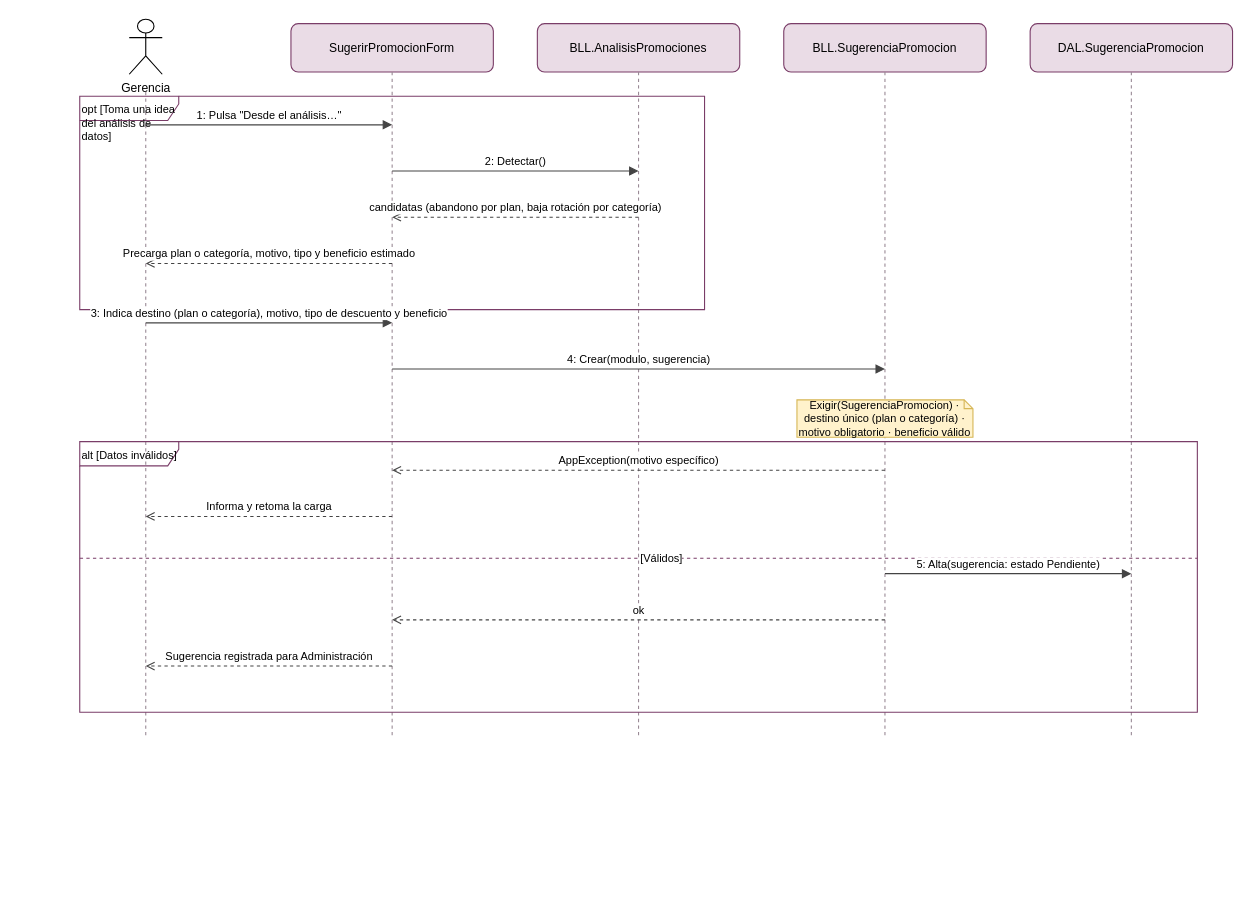
Earlier version of the draw.io diagram docs/diagramas/drawio/DSS_PN03_CU01_GER_SugerirPromocion.drawio (valentinamorana/Trabajo-de-Diploma). Source tidied: cells renumbered, new cells numbered last; positions are measured from the earlier drawing's top-left corner, leaving out a move shared by most shapes. Both pictures are drawn from the tidied source at 110%, with x=0, y=0 at pixel (79, 19).
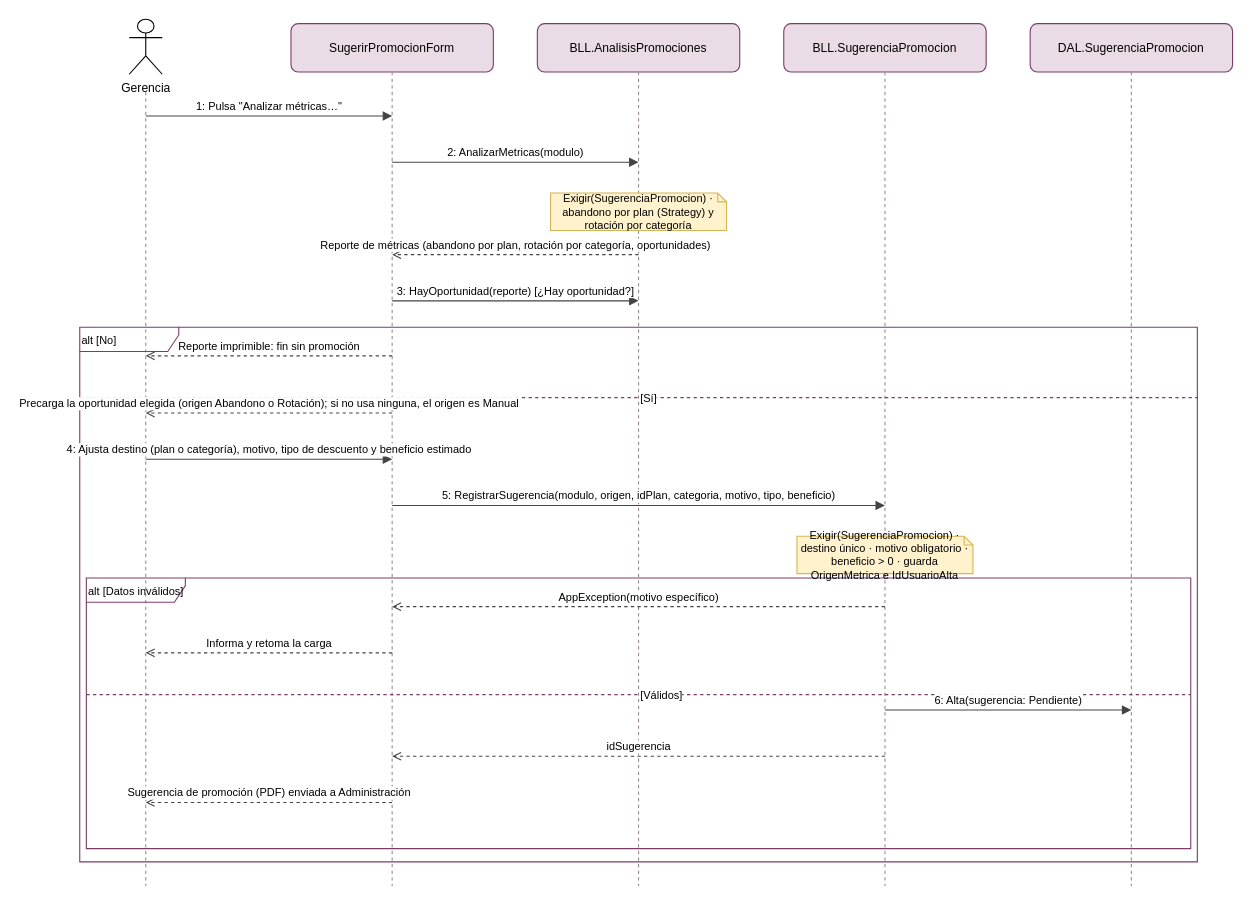
The same diagram, later.

What changed in the source:
```diff
@@
     <mxCell id="3" style="endArrow=none;dashed=1;html=1;strokeColor=#9a8a96;" parent="1" edge="1">
       <mxGeometry relative="1" as="geometry">
         <mxPoint x="60" y="66" as="sourcePoint" />
-        <mxPoint x="60" y="652" as="targetPoint" />
+        <mxPoint x="60" y="788" as="targetPoint" />
       </mxGeometry>
     </mxCell>
@@
     <mxCell id="5" style="endArrow=none;dashed=1;html=1;strokeColor=#9a8a96;" parent="1" edge="1">
       <mxGeometry relative="1" as="geometry">
         <mxPoint x="284" y="48" as="sourcePoint" />
-        <mxPoint x="284" y="652" as="targetPoint" />
+        <mxPoint x="284" y="788" as="targetPoint" />
       </mxGeometry>
     </mxCell>
@@
     <mxCell id="7" style="endArrow=none;dashed=1;html=1;strokeColor=#9a8a96;" parent="1" edge="1">
       <mxGeometry relative="1" as="geometry">
         <mxPoint x="508" y="48" as="sourcePoint" />
-        <mxPoint x="508" y="652" as="targetPoint" />
+        <mxPoint x="508" y="788" as="targetPoint" />
       </mxGeometry>
     </mxCell>
@@
     <mxCell id="9" style="endArrow=none;dashed=1;html=1;strokeColor=#9a8a96;" parent="1" edge="1">
       <mxGeometry relative="1" as="geometry">
         <mxPoint x="732" y="48" as="sourcePoint" />
-        <mxPoint x="732" y="652" as="targetPoint" />
+        <mxPoint x="732" y="788" as="targetPoint" />
       </mxGeometry>
     </mxCell>
@@
     <mxCell id="11" style="endArrow=none;dashed=1;html=1;strokeColor=#9a8a96;" parent="1" edge="1">
       <mxGeometry relative="1" as="geometry">
         <mxPoint x="956" y="48" as="sourcePoint" />
-        <mxPoint x="956" y="652" as="targetPoint" />
+        <mxPoint x="956" y="788" as="targetPoint" />
       </mxGeometry>
     </mxCell>
-    <mxCell id="12" value="opt [Toma una idea del análisis de datos]" style="shape=umlFrame;whiteSpace=wrap;html=1;fillColor=none;strokeColor=#7a3d68;align=left;verticalAlign=top;fontSize=10;width=90;height=22;" parent="1" vertex="1">
-      <mxGeometry y="70" width="568" height="194" as="geometry" />
+    <mxCell id="12" value="alt [Datos inválidos]" style="shape=umlFrame;whiteSpace=wrap;html=1;fillColor=none;strokeColor=#7a3d68;align=left;verticalAlign=top;fontSize=10;width=90;height=22;" parent="1" vertex="1">
+      <mxGeometry x="6" y="508" width="1004" height="246" as="geometry" />
     </mxCell>
-    <mxCell id="13" value="alt [Datos inválidos]" style="shape=umlFrame;whiteSpace=wrap;html=1;fillColor=none;strokeColor=#7a3d68;align=left;verticalAlign=top;fontSize=10;width=90;height=22;" parent="1" vertex="1">
-      <mxGeometry y="384" width="1016" height="246" as="geometry" />
+    <mxCell id="13" value="[Válidos]" style="endArrow=none;dashed=1;html=1;fontSize=10;align=left;strokeColor=#7a3d68;" parent="1" edge="1">
+      <mxGeometry relative="1" as="geometry">
+        <mxPoint x="6" y="614" as="sourcePoint" />
+        <mxPoint x="1010" y="614" as="targetPoint" />
+      </mxGeometry>
     </mxCell>
-    <mxCell id="14" value="[Válidos]" style="endArrow=none;dashed=1;html=1;fontSize=10;align=left;strokeColor=#7a3d68;" parent="1" edge="1">
-      <mxGeometry relative="1" as="geometry">
-        <mxPoint y="490" as="sourcePoint" />
-        <mxPoint x="1016" y="490" as="targetPoint" />
-      </mxGeometry>
+    <mxCell id="14" value="alt [No]" style="shape=umlFrame;whiteSpace=wrap;html=1;fillColor=none;strokeColor=#7a3d68;align=left;verticalAlign=top;fontSize=10;width=90;height=22;" parent="1" vertex="1">
+      <mxGeometry y="280" width="1016" height="486" as="geometry" />
     </mxCell>
-    <mxCell id="15" value="Exigir(SugerenciaPromocion) · destino único (plan o categoría) · motivo obligatorio · beneficio válido" style="shape=note;whiteSpace=wrap;html=1;fillColor=#FFF2CC;strokeColor=#d6b656;fontSize=10;size=8;" parent="1" vertex="1">
-      <mxGeometry x="652" y="346" width="160" height="34" as="geometry" />
+    <mxCell id="15" value="[Sí]" style="endArrow=none;dashed=1;html=1;fontSize=10;align=left;strokeColor=#7a3d68;" parent="1" edge="1">
+      <mxGeometry relative="1" as="geometry">
+        <mxPoint y="344" as="sourcePoint" />
+        <mxPoint x="1016" y="344" as="targetPoint" />
+      </mxGeometry>
     </mxCell>
-    <mxCell id="16" value="1: Pulsa &quot;Desde el análisis…&quot;" style="html=1;verticalAlign=bottom;endArrow=block;endFill=1;fontSize=10;strokeColor=#444;" parent="1" edge="1">
-      <mxGeometry relative="1" as="geometry">
-        <mxPoint x="60" y="96" as="sourcePoint" />
-        <mxPoint x="284" y="96" as="targetPoint" />
-      </mxGeometry>
+    <mxCell id="16" value="Exigir(SugerenciaPromocion) · abandono por plan (Strategy) y rotación por categoría" style="shape=note;whiteSpace=wrap;html=1;fillColor=#FFF2CC;strokeColor=#d6b656;fontSize=10;size=8;" parent="1" vertex="1">
+      <mxGeometry x="428" y="158" width="160" height="34" as="geometry" />
     </mxCell>
-    <mxCell id="17" value="2: Detectar()" style="html=1;verticalAlign=bottom;endArrow=block;endFill=1;fontSize=10;strokeColor=#444;" parent="1" edge="1">
-      <mxGeometry relative="1" as="geometry">
-        <mxPoint x="284" y="138" as="sourcePoint" />
-        <mxPoint x="508" y="138" as="targetPoint" />
-      </mxGeometry>
+    <mxCell id="17" value="Exigir(SugerenciaPromocion) · destino único · motivo obligatorio · beneficio &gt; 0 · guarda OrigenMetrica e IdUsuarioAlta" style="shape=note;whiteSpace=wrap;html=1;fillColor=#FFF2CC;strokeColor=#d6b656;fontSize=10;size=8;" parent="1" vertex="1">
+      <mxGeometry x="652" y="470" width="160" height="34" as="geometry" />
     </mxCell>
-    <mxCell id="18" value="candidatas (abandono por plan, baja rotación por categoría)" style="html=1;verticalAlign=bottom;endArrow=open;endFill=0;dashed=1;fontSize=10;strokeColor=#444;" parent="1" edge="1">
+    <mxCell id="18" value="1: Pulsa &quot;Analizar métricas…&quot;" style="html=1;verticalAlign=bottom;endArrow=block;endFill=1;fontSize=10;strokeColor=#444;" parent="1" edge="1">
       <mxGeometry relative="1" as="geometry">
-        <mxPoint x="508" y="180" as="sourcePoint" />
-        <mxPoint x="284" y="180" as="targetPoint" />
+        <mxPoint x="60" y="88" as="sourcePoint" />
+        <mxPoint x="284" y="88" as="targetPoint" />
       </mxGeometry>
     </mxCell>
-    <mxCell id="19" value="Precarga plan o categoría, motivo, tipo y beneficio estimado" style="html=1;verticalAlign=bottom;endArrow=open;endFill=0;dashed=1;fontSize=10;strokeColor=#444;" parent="1" edge="1">
+    <mxCell id="19" value="2: AnalizarMetricas(modulo)" style="html=1;verticalAlign=bottom;endArrow=block;endFill=1;fontSize=10;strokeColor=#444;" parent="1" edge="1">
       <mxGeometry relative="1" as="geometry">
-        <mxPoint x="284" y="222" as="sourcePoint" />
-        <mxPoint x="60" y="222" as="targetPoint" />
+        <mxPoint x="284" y="130" as="sourcePoint" />
+        <mxPoint x="508" y="130" as="targetPoint" />
       </mxGeometry>
     </mxCell>
-    <mxCell id="20" value="3: Indica destino (plan o categoría), motivo, tipo de descuento y beneficio" style="html=1;verticalAlign=bottom;endArrow=block;endFill=1;fontSize=10;strokeColor=#444;" parent="1" edge="1">
+    <mxCell id="20" value="Reporte de métricas (abandono por plan, rotación por categoría, oportunidades)" style="html=1;verticalAlign=bottom;endArrow=open;endFill=0;dashed=1;fontSize=10;strokeColor=#444;" parent="1" edge="1">
       <mxGeometry relative="1" as="geometry">
-        <mxPoint x="60" y="276" as="sourcePoint" />
-        <mxPoint x="284" y="276" as="targetPoint" />
+        <mxPoint x="508" y="214" as="sourcePoint" />
+        <mxPoint x="284" y="214" as="targetPoint" />
       </mxGeometry>
     </mxCell>
-    <mxCell id="21" value="4: Crear(modulo, sugerencia)" style="html=1;verticalAlign=bottom;endArrow=block;endFill=1;fontSize=10;strokeColor=#444;" parent="1" edge="1">
+    <mxCell id="21" value="3: HayOportunidad(reporte)  [¿Hay oportunidad?]" style="html=1;verticalAlign=bottom;endArrow=block;endFill=1;fontSize=10;strokeColor=#444;" parent="1" edge="1">
       <mxGeometry relative="1" as="geometry">
-        <mxPoint x="284" y="318" as="sourcePoint" />
-        <mxPoint x="732" y="318" as="targetPoint" />
+        <mxPoint x="284" y="256" as="sourcePoint" />
+        <mxPoint x="508" y="256" as="targetPoint" />
       </mxGeometry>
     </mxCell>
-    <mxCell id="22" value="AppException(motivo específico)" style="html=1;verticalAlign=bottom;endArrow=open;endFill=0;dashed=1;fontSize=10;strokeColor=#444;" parent="1" edge="1">
+    <mxCell id="22" value="Reporte imprimible: fin sin promoción" style="html=1;verticalAlign=bottom;endArrow=open;endFill=0;dashed=1;fontSize=10;strokeColor=#444;" parent="1" edge="1">
       <mxGeometry relative="1" as="geometry">
-        <mxPoint x="732" y="410" as="sourcePoint" />
-        <mxPoint x="284" y="410" as="targetPoint" />
+        <mxPoint x="284" y="306" as="sourcePoint" />
+        <mxPoint x="60" y="306" as="targetPoint" />
       </mxGeometry>
     </mxCell>
-    <mxCell id="23" value="Informa y retoma la carga" style="html=1;verticalAlign=bottom;endArrow=open;endFill=0;dashed=1;fontSize=10;strokeColor=#444;" parent="1" edge="1">
+    <mxCell id="23" value="Precarga la oportunidad elegida (origen Abandono o Rotación); si no usa ninguna, el origen es Manual" style="html=1;verticalAlign=bottom;endArrow=open;endFill=0;dashed=1;fontSize=10;strokeColor=#444;" parent="1" edge="1">
       <mxGeometry relative="1" as="geometry">
-        <mxPoint x="284" y="452" as="sourcePoint" />
-        <mxPoint x="60" y="452" as="targetPoint" />
+        <mxPoint x="284" y="358" as="sourcePoint" />
+        <mxPoint x="60" y="358" as="targetPoint" />
       </mxGeometry>
     </mxCell>
-    <mxCell id="24" value="5: Alta(sugerencia: estado Pendiente)" style="html=1;verticalAlign=bottom;endArrow=block;endFill=1;fontSize=10;strokeColor=#444;" parent="1" edge="1">
+    <mxCell id="24" value="4: Ajusta destino (plan o categoría), motivo, tipo de descuento y beneficio estimado" style="html=1;verticalAlign=bottom;endArrow=block;endFill=1;fontSize=10;strokeColor=#444;" parent="1" edge="1">
       <mxGeometry relative="1" as="geometry">
-        <mxPoint x="732" y="504" as="sourcePoint" />
-        <mxPoint x="956" y="504" as="targetPoint" />
+        <mxPoint x="60" y="400" as="sourcePoint" />
+        <mxPoint x="284" y="400" as="targetPoint" />
       </mxGeometry>
     </mxCell>
-    <mxCell id="25" value="ok" style="html=1;verticalAlign=bottom;endArrow=open;endFill=0;dashed=1;fontSize=10;strokeColor=#444;" parent="1" edge="1">
+    <mxCell id="25" value="5: RegistrarSugerencia(modulo, origen, idPlan, categoria, motivo, tipo, beneficio)" style="html=1;verticalAlign=bottom;endArrow=block;endFill=1;fontSize=10;strokeColor=#444;" parent="1" edge="1">
       <mxGeometry relative="1" as="geometry">
-        <mxPoint x="732" y="546" as="sourcePoint" />
-        <mxPoint x="284" y="546" as="targetPoint" />
+        <mxPoint x="284" y="442" as="sourcePoint" />
+        <mxPoint x="732" y="442" as="targetPoint" />
       </mxGeometry>
     </mxCell>
-    <mxCell id="26" value="Sugerencia registrada para Administración" style="html=1;verticalAlign=bottom;endArrow=open;endFill=0;dashed=1;fontSize=10;strokeColor=#444;" parent="1" edge="1">
+    <mxCell id="26" value="AppException(motivo específico)" style="html=1;verticalAlign=bottom;endArrow=open;endFill=0;dashed=1;fontSize=10;strokeColor=#444;" parent="1" edge="1">
       <mxGeometry relative="1" as="geometry">
-        <mxPoint x="284" y="588" as="sourcePoint" />
-        <mxPoint x="60" y="588" as="targetPoint" />
+        <mxPoint x="732" y="534" as="sourcePoint" />
+        <mxPoint x="284" y="534" as="targetPoint" />
       </mxGeometry>
     </mxCell>
+    <mxCell id="27" value="Informa y retoma la carga" style="html=1;verticalAlign=bottom;endArrow=open;endFill=0;dashed=1;fontSize=10;strokeColor=#444;" parent="1" edge="1">
+      <mxGeometry relative="1" as="geometry">
+        <mxPoint x="284" y="576" as="sourcePoint" />
+        <mxPoint x="60" y="576" as="targetPoint" />
+      </mxGeometry>
+    </mxCell>
+    <mxCell id="28" value="6: Alta(sugerencia: Pendiente)" style="html=1;verticalAlign=bottom;endArrow=block;endFill=1;fontSize=10;strokeColor=#444;" parent="1" edge="1">
+      <mxGeometry relative="1" as="geometry">
+        <mxPoint x="732" y="628" as="sourcePoint" />
+        <mxPoint x="956" y="628" as="targetPoint" />
+      </mxGeometry>
+    </mxCell>
+    <mxCell id="29" value="idSugerencia" style="html=1;verticalAlign=bottom;endArrow=open;endFill=0;dashed=1;fontSize=10;strokeColor=#444;" parent="1" edge="1">
+      <mxGeometry relative="1" as="geometry">
+        <mxPoint x="732" y="670" as="sourcePoint" />
+        <mxPoint x="284" y="670" as="targetPoint" />
+      </mxGeometry>
+    </mxCell>
+    <mxCell id="30" value="Sugerencia de promoción (PDF) enviada a Administración" style="html=1;verticalAlign=bottom;endArrow=open;endFill=0;dashed=1;fontSize=10;strokeColor=#444;" parent="1" edge="1">
+      <mxGeometry relative="1" as="geometry">
+        <mxPoint x="284" y="712" as="sourcePoint" />
+        <mxPoint x="60" y="712" as="targetPoint" />
+      </mxGeometry>
+    </mxCell>
```
